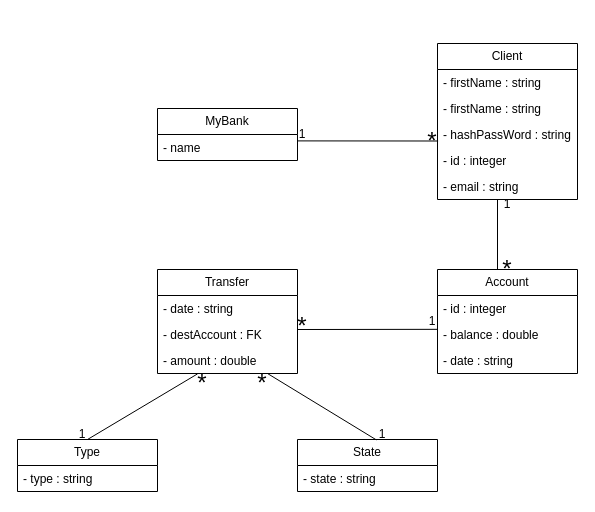
This is BankDB/BankDB.drawio from JFSLopes/Bank-System-SQLITE, a draw.io file, before an edit. Source tidied: cells renumbered, new cells numbered last; positions are measured from the earlier drawing's top-left corner, leaving out a move shared by most shapes. Both pictures are drawn from the tidied source at 100%, with x=0, y=0 at pixel (17, 43).
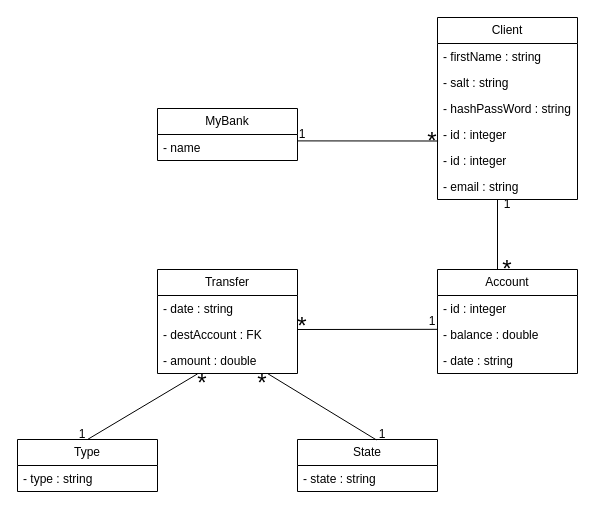
After the change.

The edit, as a diff of the source:
```diff
@@
     <mxCell id="4" value="Client" style="swimlane;fontStyle=0;horizontal=1;startSize=26;fillColor=none;whiteSpace=wrap;html=1;" parent="1" vertex="1">
-      <mxGeometry x="420" width="140" height="156" as="geometry" />
+      <mxGeometry x="420" y="-26" width="140" height="182" as="geometry" />
     </mxCell>
@@
-    <mxCell id="6" value="- firstName : string" style="text;strokeColor=none;fillColor=none;align=left;verticalAlign=top;spacingLeft=4;spacingRight=4;overflow=hidden;whiteSpace=wrap;html=1;" parent="4" vertex="1">
+    <mxCell id="6" value="- salt : string" style="text;strokeColor=none;fillColor=none;align=left;verticalAlign=top;spacingLeft=4;spacingRight=4;overflow=hidden;whiteSpace=wrap;html=1;" parent="4" vertex="1">
       <mxGeometry y="52" width="140" height="26" as="geometry" />
     </mxCell>
@@
+    <mxCell id="37" value="- id : integer" style="text;strokeColor=none;fillColor=none;align=left;verticalAlign=top;spacingLeft=4;spacingRight=4;overflow=hidden;whiteSpace=wrap;html=1;" parent="4" vertex="1">
+      <mxGeometry y="130" width="140" height="26" as="geometry" />
+    </mxCell>
     <mxCell id="9" value="- email : string" style="text;strokeColor=none;fillColor=none;align=left;verticalAlign=top;spacingLeft=4;spacingRight=4;overflow=hidden;whiteSpace=wrap;html=1;" parent="4" vertex="1">
-      <mxGeometry y="130" width="140" height="26" as="geometry" />
+      <mxGeometry y="156" width="140" height="26" as="geometry" />
     </mxCell>
```
